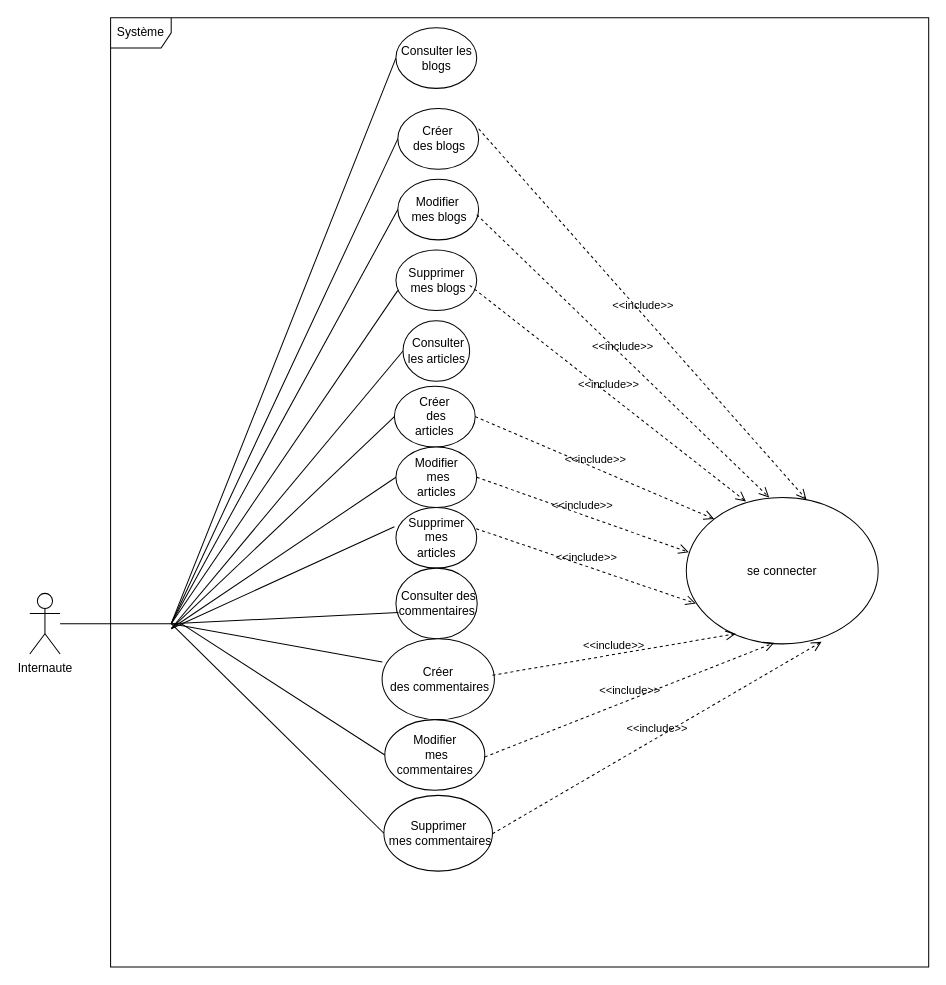
This is page "Diagramme de cas d’utilisation" (3 of 9) of Diagramme sans nom.drawio from Ali0908/BDD_UML, a draw.io file, before an edit. Source tidied: cells renumbered, new cells numbered last; positions are measured from the earlier drawing's top-left corner, leaving out a move shared by most shapes. Both pictures are drawn from the tidied source at 101%, with x=0, y=0 at pixel (29, 17).
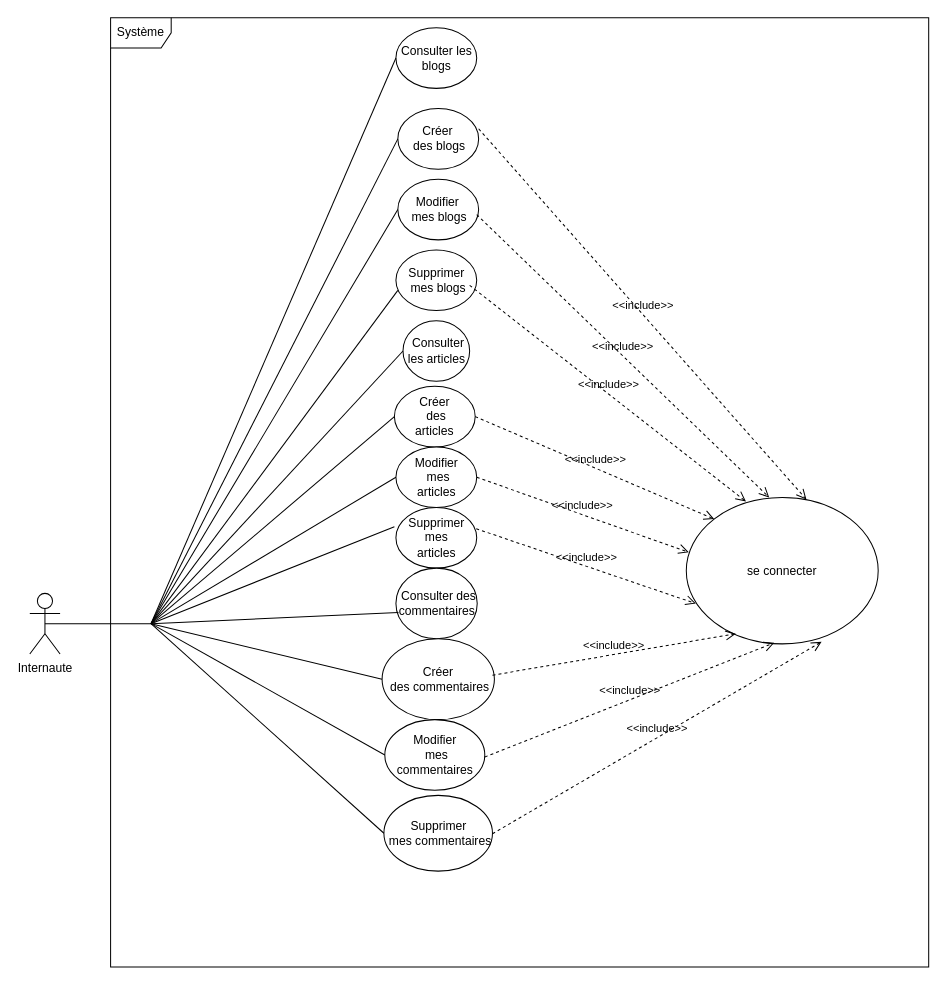
The same page after the edit.

Commit message:
MAJ diagramme de séquence

The change refers to these unchanged cells:
```xml
<mxCell id="2" value="Consulter les blogs" style="ellipse;whiteSpace=wrap;html=1;" parent="1" vertex="1">
  <mxGeometry x="362.5" y="10" width="80" height="60" as="geometry" />
</mxCell>
<mxCell id="3" value="&lt;div&gt;Créer&lt;/div&gt;&lt;div&gt;&amp;nbsp;des blogs&lt;/div&gt;" style="ellipse;whiteSpace=wrap;html=1;" parent="1" vertex="1">
  <mxGeometry x="364.4" y="90" width="80" height="60" as="geometry" />
</mxCell>
<mxCell id="4" value="&lt;div&gt;Modifier&lt;br&gt;&lt;/div&gt;&lt;div&gt;&amp;nbsp;mes blogs&lt;/div&gt;" style="ellipse;whiteSpace=wrap;html=1;" parent="1" vertex="1">
  <mxGeometry x="364.4" y="160" width="80" height="60" as="geometry" />
</mxCell>
<mxCell id="6" value="Internaute" style="shape=umlActor;verticalLabelPosition=bottom;verticalAlign=top;html=1;" parent="1" vertex="1">
  <mxGeometry y="570" width="30" height="60" as="geometry" />
</mxCell>
<mxCell id="7" value="&amp;nbsp;Consulter les articles" style="ellipse;whiteSpace=wrap;html=1;" parent="1" vertex="1">
  <mxGeometry x="369.5" y="300" width="66" height="60" as="geometry" />
</mxCell>
<mxCell id="9" value="&lt;div&gt;Créer&lt;/div&gt;&lt;div&gt;&amp;nbsp;des&lt;/div&gt;articles" style="ellipse;whiteSpace=wrap;html=1;" parent="1" vertex="1">
  <mxGeometry x="361" y="365" width="80" height="60" as="geometry" />
</mxCell>
<mxCell id="11" value="&lt;div&gt;Modifier&lt;br&gt;&lt;/div&gt;&lt;div&gt;&amp;nbsp;mes&lt;/div&gt;articles" style="ellipse;whiteSpace=wrap;html=1;" parent="1" vertex="1">
  <mxGeometry x="362.5" y="425" width="80" height="60" as="geometry" />
</mxCell>
<mxCell id="12" value="&lt;div&gt;Supprimer&lt;br&gt;&lt;/div&gt;&lt;div&gt;&amp;nbsp;mes&amp;nbsp;&lt;/div&gt;articles" style="ellipse;whiteSpace=wrap;html=1;" parent="1" vertex="1">
  <mxGeometry x="362.5" y="485" width="80" height="60" as="geometry" />
</mxCell>
<mxCell id="20" value="&amp;nbsp;Consulter des commentaires" style="ellipse;whiteSpace=wrap;html=1;" parent="1" vertex="1">
  <mxGeometry x="362.5" y="545" width="80.5" height="70" as="geometry" />
</mxCell>
<mxCell id="21" value="&lt;div&gt;Créer&lt;/div&gt;&lt;div&gt;&amp;nbsp;des commentaires&lt;/div&gt;" style="ellipse;whiteSpace=wrap;html=1;" parent="1" vertex="1">
  <mxGeometry x="348.8" y="615" width="111.2" height="80" as="geometry" />
</mxCell>
<mxCell id="22" value="&lt;div&gt;Modifier&lt;br&gt;&lt;/div&gt;&lt;div&gt;&amp;nbsp;mes&lt;/div&gt;&lt;div&gt;commentaires&lt;/div&gt;" style="ellipse;whiteSpace=wrap;html=1;" parent="1" vertex="1">
  <mxGeometry x="351.5" y="695" width="99" height="70" as="geometry" />
</mxCell>
<mxCell id="23" value="&lt;div&gt;Supprimer&lt;br&gt;&lt;/div&gt;&lt;div&gt;&amp;nbsp;mes commentaires&lt;/div&gt;" style="ellipse;whiteSpace=wrap;html=1;" parent="1" vertex="1">
  <mxGeometry x="350.6" y="770" width="107.5" height="75" as="geometry" />
</mxCell>
```

Change to the diagram source:
```diff
@@
     <mxCell id="13" style="endArrow=none;html=1;rounded=0;entryX=0;entryY=0.5;entryDx=0;entryDy=0;" parent="1" edge="1" target="7">
       <mxGeometry relative="1" as="geometry">
-        <mxPoint x="140" y="605" as="sourcePoint" />
+        <mxPoint x="120" y="600" as="sourcePoint" />
       </mxGeometry>
     </mxCell>
     <mxCell id="14" style="endArrow=none;html=1;rounded=0;entryX=0;entryY=0.5;entryDx=0;entryDy=0;" parent="1" edge="1" target="9">
       <mxGeometry relative="1" as="geometry">
-        <mxPoint x="140" y="605" as="sourcePoint" />
+        <mxPoint x="120" y="600" as="sourcePoint" />
       </mxGeometry>
     </mxCell>
     <mxCell id="15" style="endArrow=none;html=1;rounded=0;entryX=0;entryY=0.5;entryDx=0;entryDy=0;" parent="1" edge="1" target="11">
       <mxGeometry relative="1" as="geometry">
-        <mxPoint x="140" y="605" as="sourcePoint" />
+        <mxPoint x="120" y="600" as="sourcePoint" />
       </mxGeometry>
     </mxCell>
     <mxCell id="16" style="endArrow=none;html=1;rounded=0;entryX=-0.019;entryY=0.317;entryDx=0;entryDy=0;entryPerimeter=0;" parent="1" edge="1" target="12">
       <mxGeometry relative="1" as="geometry">
-        <mxPoint x="140" y="605" as="sourcePoint" />
+        <mxPoint x="120" y="600" as="sourcePoint" />
       </mxGeometry>
     </mxCell>
@@
     <mxCell id="24" style="endArrow=none;html=1;rounded=0;entryX=0;entryY=0.5;entryDx=0;entryDy=0;" parent="1" edge="1" target="2">
       <mxGeometry relative="1" as="geometry">
-        <mxPoint x="140" y="600" as="sourcePoint" />
+        <mxPoint x="120" y="600" as="sourcePoint" />
       </mxGeometry>
     </mxCell>
     <mxCell id="25" style="endArrow=none;html=1;rounded=0;entryX=0;entryY=0.5;entryDx=0;entryDy=0;" parent="1" edge="1" target="3">
       <mxGeometry relative="1" as="geometry">
-        <mxPoint x="140" y="600" as="sourcePoint" />
+        <mxPoint x="120" y="600" as="sourcePoint" />
       </mxGeometry>
     </mxCell>
     <mxCell id="26" style="endArrow=none;html=1;rounded=0;entryX=0;entryY=0.5;entryDx=0;entryDy=0;" parent="1" edge="1" target="4">
       <mxGeometry relative="1" as="geometry">
-        <mxPoint x="140" y="600" as="sourcePoint" />
+        <mxPoint x="120" y="600" as="sourcePoint" />
       </mxGeometry>
     </mxCell>
     <mxCell id="27" style="endArrow=none;html=1;rounded=0;" parent="1" edge="1">
       <mxGeometry relative="1" as="geometry">
-        <mxPoint x="140" y="600" as="sourcePoint" />
+        <mxPoint x="120" y="600" as="sourcePoint" />
         <mxPoint x="364.4" y="270" as="targetPoint" />
       </mxGeometry>
     </mxCell>
     <mxCell id="28" style="endArrow=none;html=1;rounded=0;entryX=0.031;entryY=0.629;entryDx=0;entryDy=0;entryPerimeter=0;" parent="1" edge="1" target="20">
       <mxGeometry relative="1" as="geometry">
-        <mxPoint x="140" y="600" as="sourcePoint" />
+        <mxPoint x="120" y="600" as="sourcePoint" />
       </mxGeometry>
     </mxCell>
-    <mxCell id="29" style="endArrow=none;html=1;rounded=0;entryX=0.002;entryY=0.288;entryDx=0;entryDy=0;entryPerimeter=0;" parent="1" edge="1" target="21">
+    <mxCell id="29" style="endArrow=none;html=1;rounded=0;entryX=0;entryY=0.5;entryDx=0;entryDy=0;" parent="1" edge="1" target="21">
       <mxGeometry relative="1" as="geometry">
-        <mxPoint x="140" y="600" as="sourcePoint" />
+        <mxPoint x="120" y="600" as="sourcePoint" />
       </mxGeometry>
     </mxCell>
     <mxCell id="30" style="endArrow=none;html=1;rounded=0;entryX=0;entryY=0.5;entryDx=0;entryDy=0;" parent="1" edge="1" target="22">
       <mxGeometry relative="1" as="geometry">
-        <mxPoint x="150" y="600" as="sourcePoint" />
+        <mxPoint x="120" y="600" as="sourcePoint" />
       </mxGeometry>
     </mxCell>
     <mxCell id="31" style="endArrow=none;html=1;rounded=0;entryX=0;entryY=0.5;entryDx=0;entryDy=0;" parent="1" edge="1" target="23">
       <mxGeometry relative="1" as="geometry">
-        <mxPoint x="140" y="600" as="sourcePoint" />
+        <mxPoint x="120" y="600" as="sourcePoint" />
       </mxGeometry>
     </mxCell>
-    <mxCell id="32" style="endArrow=none;html=1;rounded=0;" parent="1" edge="1">
+    <mxCell id="32" style="endArrow=none;html=1;rounded=0;exitX=0.5;exitY=0.5;exitDx=0;exitDy=0;exitPerimeter=0;" parent="1" edge="1" source="6">
       <mxGeometry relative="1" as="geometry">
-        <mxPoint x="30" y="600" as="sourcePoint" />
-        <mxPoint x="140" y="600" as="targetPoint" />
+        <mxPoint x="120" y="600" as="targetPoint" />
       </mxGeometry>
     </mxCell>
```
